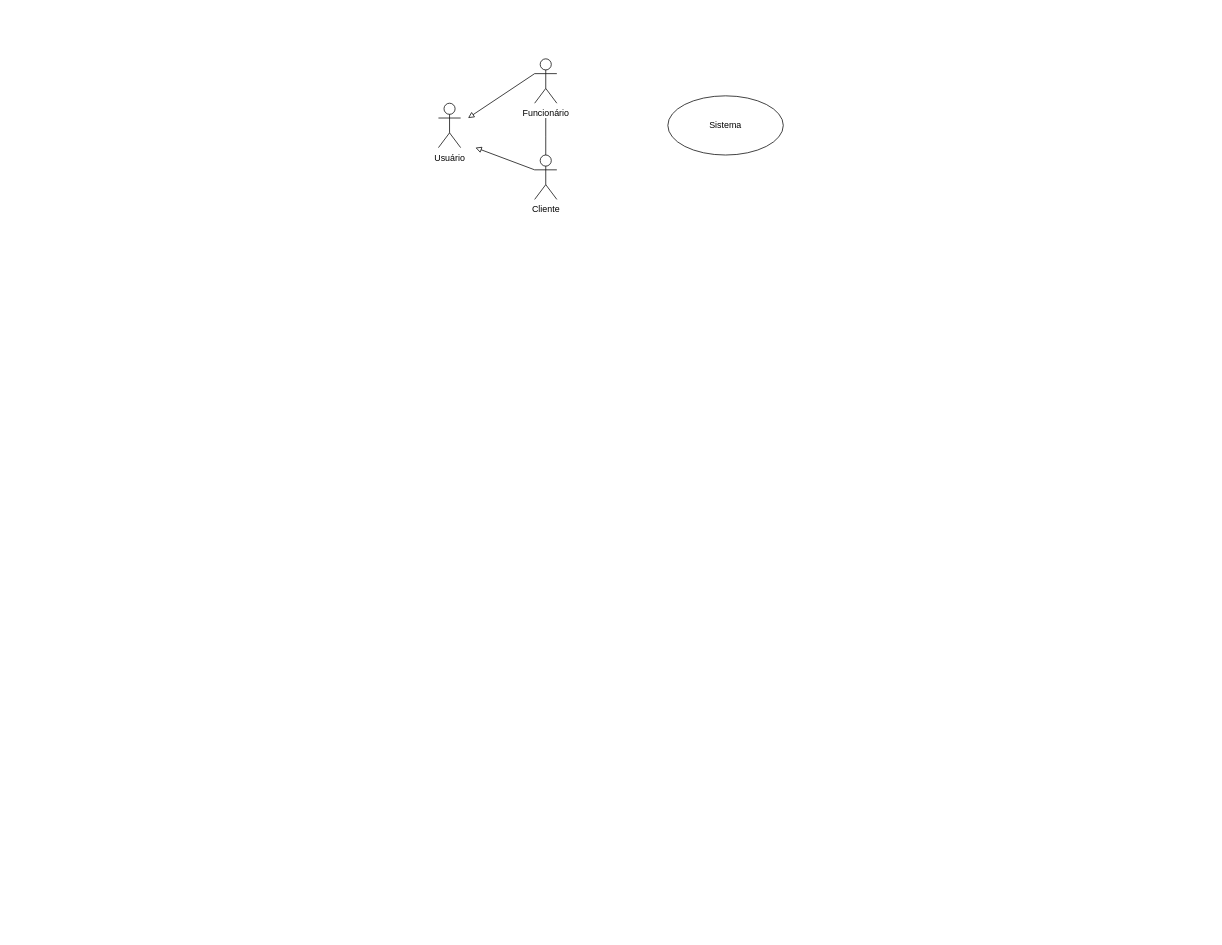
Above: Untitled Diagram.drawio in Caiuu3/Supermercadoteste (draw.io), before the change. Source tidied: cells renumbered, new cells numbered last; positions are measured from the earlier drawing's top-left corner, leaving out a move shared by most shapes. Both pictures are drawn from the tidied source at 74%, with x=0, y=0 at pixel (438, 58).
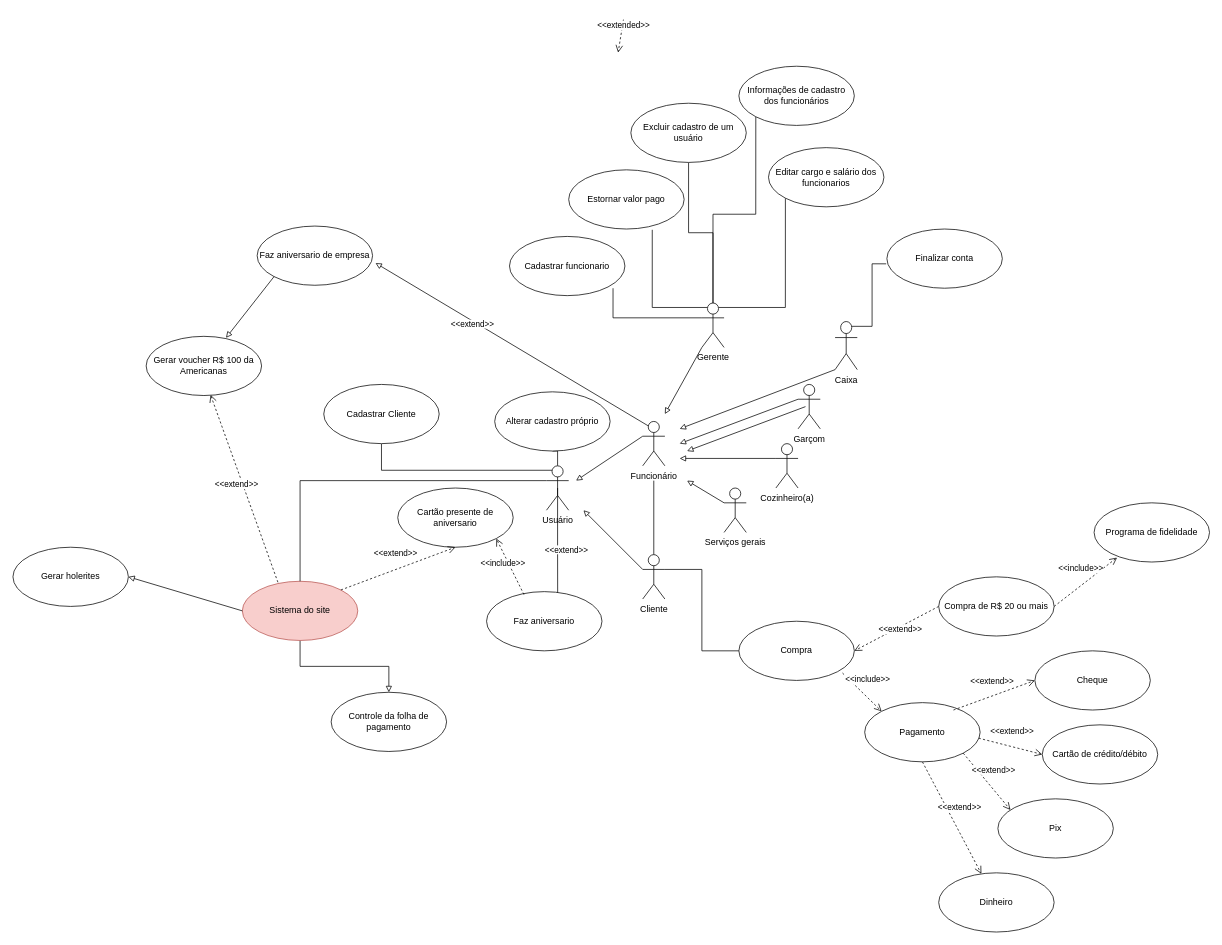
The same page after the edit.

The edit, as a diff of the source:
```diff
@@
+    <mxCell id="9" style="edgeStyle=orthogonalEdgeStyle;rounded=0;jettySize=auto;html=1;exitX=0.5;exitY=1;exitDx=0;exitDy=0;entryX=0.5;entryY=0;entryDx=0;entryDy=0;endArrow=block;endFill=0;" parent="1" edge="1" source="2" target="53">
+      <mxGeometry relative="1" as="geometry" />
+    </mxCell>
-    <mxCell id="2" value="Sistema" style="ellipse;whiteSpace=wrap;html=1;" parent="1" vertex="1">
-      <mxGeometry x="310" y="50" width="156" height="80" as="geometry" />
+    <mxCell id="2" value="Sistema do site" style="ellipse;whiteSpace=wrap;html=1;fillColor=#f8cecc;strokeColor=#b85450;" parent="1" vertex="1">
+      <mxGeometry x="-265" y="706" width="156" height="80" as="geometry" />
     </mxCell>
     <mxCell id="3" value="Funcionário" style="shape=umlActor;verticalLabelPosition=bottom;verticalAlign=top;html=1;outlineConnect=0;" parent="1" vertex="1">
-      <mxGeometry x="130" width="30" height="60" as="geometry" />
+      <mxGeometry x="276" y="490" width="30" height="60" as="geometry" />
     </mxCell>
     <mxCell id="4" style="edgeStyle=orthogonalEdgeStyle;rounded=0;jumpSize=11;jettySize=auto;html=1;exitX=0.5;exitY=0;exitDx=0;exitDy=0;exitPerimeter=0;fontSize=15;startArrow=none;startFill=0;endArrow=none;endFill=0;startSize=13;" parent="1" edge="1" source="5">
       <mxGeometry relative="1" as="geometry">
-        <mxPoint x="145" y="80" as="targetPoint" />
+        <mxPoint x="291" y="570" as="targetPoint" />
       </mxGeometry>
     </mxCell>
+    <mxCell id="10" style="edgeStyle=orthogonalEdgeStyle;rounded=0;jettySize=auto;html=1;exitX=1;exitY=0.3333333333333333;exitDx=0;exitDy=0;exitPerimeter=0;entryX=0;entryY=0.5;entryDx=0;entryDy=0;endArrow=none;endFill=0;" parent="1" edge="1" source="5" target="33">
+      <mxGeometry relative="1" as="geometry" />
+    </mxCell>
     <mxCell id="5" value="Cliente" style="shape=umlActor;verticalLabelPosition=bottom;verticalAlign=top;html=1;outlineConnect=0;" parent="1" vertex="1">
-      <mxGeometry x="130" y="130" width="30" height="60" as="geometry" />
+      <mxGeometry x="276" y="670" width="30" height="60" as="geometry" />
     </mxCell>
+    <mxCell id="11" style="edgeStyle=orthogonalEdgeStyle;rounded=0;jettySize=auto;html=1;exitX=0.25;exitY=0.1;exitDx=0;exitDy=0;exitPerimeter=0;entryX=0.5;entryY=1;entryDx=0;entryDy=0;endArrow=none;endFill=0;" parent="1" edge="1" source="6" target="16">
+      <mxGeometry relative="1" as="geometry" />
+    </mxCell>
+    <mxCell id="12" style="edgeStyle=orthogonalEdgeStyle;rounded=0;jettySize=auto;html=1;exitX=0;exitY=0.3333333333333333;exitDx=0;exitDy=0;exitPerimeter=0;entryX=0.5;entryY=0;entryDx=0;entryDy=0;endArrow=none;endFill=0;" parent="1" edge="1" source="6" target="2">
+      <mxGeometry relative="1" as="geometry" />
+    </mxCell>
+    <mxCell id="13" style="edgeStyle=orthogonalEdgeStyle;rounded=0;jettySize=auto;html=1;exitX=0.5;exitY=0;exitDx=0;exitDy=0;exitPerimeter=0;endArrow=none;endFill=0;" parent="1" edge="1" source="6" target="57">
+      <mxGeometry relative="1" as="geometry" />
+    </mxCell>
+    <mxCell id="14" style="edgeStyle=orthogonalEdgeStyle;rounded=0;jettySize=auto;html=1;exitX=0.5;exitY=0.5;exitDx=0;exitDy=0;exitPerimeter=0;entryX=0.616;entryY=0.075;entryDx=0;entryDy=0;entryPerimeter=0;endArrow=none;endFill=0;" parent="1" edge="1" source="6" target="60">
+      <mxGeometry relative="1" as="geometry" />
+    </mxCell>
     <mxCell id="6" value="Usuário" style="shape=umlActor;verticalLabelPosition=bottom;verticalAlign=top;html=1;outlineConnect=0;" parent="1" vertex="1">
-      <mxGeometry y="60" width="30" height="60" as="geometry" />
+      <mxGeometry x="146" y="550" width="30" height="60" as="geometry" />
     </mxCell>
     <mxCell id="7" style="endArrow=block;html=1;fontSize=15;startSize=13;exitX=0;exitY=0.3333333333333333;exitDx=0;exitDy=0;exitPerimeter=0;endFill=0;" parent="1" edge="1" source="3">
       <mxGeometry relative="1" as="geometry">
-        <mxPoint x="40" y="80" as="targetPoint" />
+        <mxPoint x="186" y="570" as="targetPoint" />
       </mxGeometry>
     </mxCell>
     <mxCell id="8" style="endArrow=block;html=1;fontSize=15;startSize=13;endFill=0;exitX=0;exitY=0.3333333333333333;exitDx=0;exitDy=0;exitPerimeter=0;" parent="1" edge="1" source="5">
       <mxGeometry relative="1" as="geometry">
-        <mxPoint x="50" y="120" as="targetPoint" />
+        <mxPoint x="196" y="610" as="targetPoint" />
       </mxGeometry>
     </mxCell>
+    <mxCell id="15" value="&amp;lt;&amp;lt;extended&amp;gt;&amp;gt;" style="html=1;verticalAlign=bottom;endArrow=open;dashed=1;endSize=8;exitX=0.397;exitY=1;exitDx=0;exitDy=0;exitPerimeter=0;entryX=0;entryY=0;entryDx=0;entryDy=0;" parent="1" edge="1">
+      <mxGeometry x="-0.23" y="3" relative="1" as="geometry">
+        <mxPoint x="250" y="-53" as="sourcePoint" />
+        <mxPoint x="242.8" y="-8.3" as="targetPoint" />
+      </mxGeometry>
+    </mxCell>
+    <mxCell id="16" value="Cadastrar Cliente" style="ellipse;whiteSpace=wrap;html=1;" parent="1" vertex="1">
+      <mxGeometry x="-155" y="440" width="156" height="80" as="geometry" />
+    </mxCell>
+    <mxCell id="17" style="edgeStyle=orthogonalEdgeStyle;rounded=0;jettySize=auto;html=1;exitX=0;exitY=0.3333333333333333;exitDx=0;exitDy=0;exitPerimeter=0;entryX=0.897;entryY=0.875;entryDx=0;entryDy=0;entryPerimeter=0;endArrow=none;endFill=0;" parent="1" edge="1" source="22" target="38">
+      <mxGeometry relative="1" as="geometry" />
+    </mxCell>
+    <mxCell id="18" style="edgeStyle=orthogonalEdgeStyle;rounded=0;jettySize=auto;html=1;exitX=0.25;exitY=0.1;exitDx=0;exitDy=0;exitPerimeter=0;entryX=0.724;entryY=1.013;entryDx=0;entryDy=0;entryPerimeter=0;endArrow=none;endFill=0;" parent="1" edge="1" source="22" target="51">
+      <mxGeometry relative="1" as="geometry" />
+    </mxCell>
+    <mxCell id="19" style="edgeStyle=orthogonalEdgeStyle;rounded=0;jettySize=auto;html=1;exitX=0.5;exitY=0;exitDx=0;exitDy=0;exitPerimeter=0;entryX=0.5;entryY=1;entryDx=0;entryDy=0;endArrow=none;endFill=0;" parent="1" edge="1" source="22" target="52">
+      <mxGeometry relative="1" as="geometry" />
+    </mxCell>
+    <mxCell id="20" style="edgeStyle=orthogonalEdgeStyle;rounded=0;jettySize=auto;html=1;exitX=0.5;exitY=0;exitDx=0;exitDy=0;exitPerimeter=0;entryX=0;entryY=1;entryDx=0;entryDy=0;endArrow=none;endFill=0;" parent="1" edge="1" source="22" target="55">
+      <mxGeometry relative="1" as="geometry" />
+    </mxCell>
+    <mxCell id="21" style="edgeStyle=orthogonalEdgeStyle;rounded=0;jettySize=auto;html=1;exitX=0.75;exitY=0.1;exitDx=0;exitDy=0;exitPerimeter=0;entryX=0;entryY=1;entryDx=0;entryDy=0;endArrow=none;endFill=0;" parent="1" edge="1" source="22" target="56">
+      <mxGeometry relative="1" as="geometry" />
+    </mxCell>
+    <mxCell id="22" value="Gerente&lt;br&gt;" style="shape=umlActor;verticalLabelPosition=bottom;verticalAlign=top;html=1;outlineConnect=0;" parent="1" vertex="1">
+      <mxGeometry x="356" y="330" width="30" height="60" as="geometry" />
+    </mxCell>
+    <mxCell id="23" style="edgeStyle=orthogonalEdgeStyle;rounded=0;jettySize=auto;html=1;exitX=0.75;exitY=0.1;exitDx=0;exitDy=0;exitPerimeter=0;entryX=-0.006;entryY=0.588;entryDx=0;entryDy=0;entryPerimeter=0;endArrow=none;endFill=0;" parent="1" edge="1" source="24" target="39">
+      <mxGeometry relative="1" as="geometry" />
+    </mxCell>
+    <mxCell id="24" value="Caixa" style="shape=umlActor;verticalLabelPosition=bottom;verticalAlign=top;html=1;outlineConnect=0;" parent="1" vertex="1">
+      <mxGeometry x="536" y="355" width="30" height="65" as="geometry" />
+    </mxCell>
+    <mxCell id="25" value="Garçom&lt;br&gt;" style="shape=umlActor;verticalLabelPosition=bottom;verticalAlign=top;html=1;outlineConnect=0;" parent="1" vertex="1">
+      <mxGeometry x="486" y="440" width="30" height="60" as="geometry" />
+    </mxCell>
+    <mxCell id="26" value="Cozinheiro(a)" style="shape=umlActor;verticalLabelPosition=bottom;verticalAlign=top;html=1;outlineConnect=0;" parent="1" vertex="1">
+      <mxGeometry x="456" y="520" width="30" height="60" as="geometry" />
+    </mxCell>
+    <mxCell id="27" value="Serviços gerais&lt;br&gt;" style="shape=umlActor;verticalLabelPosition=bottom;verticalAlign=top;html=1;outlineConnect=0;" parent="1" vertex="1">
+      <mxGeometry x="386" y="580" width="30" height="60" as="geometry" />
+    </mxCell>
+    <mxCell id="28" style="endArrow=block;html=1;fontSize=15;startSize=13;exitX=0;exitY=1;exitDx=0;exitDy=0;exitPerimeter=0;endFill=0;" parent="1" edge="1" source="22">
+      <mxGeometry relative="1" as="geometry">
+        <mxPoint x="306" y="480" as="targetPoint" />
+      </mxGeometry>
+    </mxCell>
+    <mxCell id="29" style="endArrow=block;html=1;fontSize=15;startSize=13;exitX=0;exitY=1;exitDx=0;exitDy=0;exitPerimeter=0;endFill=0;" parent="1" edge="1" source="24">
+      <mxGeometry relative="1" as="geometry">
+        <mxPoint x="326" y="500" as="targetPoint" />
+      </mxGeometry>
+    </mxCell>
+    <mxCell id="30" style="endArrow=block;html=1;fontSize=15;startSize=13;exitX=0;exitY=0.3333333333333333;exitDx=0;exitDy=0;exitPerimeter=0;endFill=0;" parent="1" edge="1" source="25">
+      <mxGeometry relative="1" as="geometry">
+        <mxPoint x="326" y="520" as="targetPoint" />
+      </mxGeometry>
+    </mxCell>
+    <mxCell id="31" style="endArrow=block;html=1;fontSize=15;startSize=13;exitX=0;exitY=0.3333333333333333;exitDx=0;exitDy=0;exitPerimeter=0;endFill=0;" parent="1" edge="1" source="26">
+      <mxGeometry relative="1" as="geometry">
+        <mxPoint x="326" y="540" as="targetPoint" />
+      </mxGeometry>
+    </mxCell>
+    <mxCell id="32" style="endArrow=block;html=1;fontSize=15;startSize=13;exitX=0;exitY=0.3333333333333333;exitDx=0;exitDy=0;exitPerimeter=0;endFill=0;" parent="1" edge="1" source="27">
+      <mxGeometry relative="1" as="geometry">
+        <mxPoint x="336" y="570" as="targetPoint" />
+      </mxGeometry>
+    </mxCell>
+    <mxCell id="33" value="Compra" style="ellipse;whiteSpace=wrap;html=1;" parent="1" vertex="1">
+      <mxGeometry x="406" y="760" width="156" height="80" as="geometry" />
+    </mxCell>
+    <mxCell id="34" value="&amp;lt;&amp;lt;extend&amp;gt;&amp;gt;" style="html=1;verticalAlign=bottom;endArrow=open;dashed=1;endSize=8;exitX=0;exitY=0.5;exitDx=0;exitDy=0;entryX=1;entryY=0.5;entryDx=0;entryDy=0;" parent="1" edge="1" source="36" target="33">
+      <mxGeometry y="11" relative="1" as="geometry" />
+    </mxCell>
+    <mxCell id="35" value="Programa de fidelidade" style="ellipse;whiteSpace=wrap;html=1;" parent="1" vertex="1">
+      <mxGeometry x="886" y="600" width="156" height="80" as="geometry" />
+    </mxCell>
+    <mxCell id="36" value="Compra de R$ 20 ou mais" style="ellipse;whiteSpace=wrap;html=1;" parent="1" vertex="1">
+      <mxGeometry x="676" y="700" width="156" height="80" as="geometry" />
+    </mxCell>
+    <mxCell id="37" value="&amp;lt;&amp;lt;include&amp;gt;&amp;gt;" style="html=1;verticalAlign=bottom;endArrow=open;dashed=1;endSize=8;exitX=1;exitY=0.5;exitDx=0;exitDy=0;entryX=0.199;entryY=0.925;entryDx=0;entryDy=0;entryPerimeter=0;" parent="1" edge="1" source="36" target="35">
+      <mxGeometry y="11" relative="1" as="geometry" />
+    </mxCell>
+    <mxCell id="38" value="Cadastrar funcionario" style="ellipse;whiteSpace=wrap;html=1;" parent="1" vertex="1">
+      <mxGeometry x="96" y="240" width="156" height="80" as="geometry" />
+    </mxCell>
+    <mxCell id="39" value="Finalizar conta" style="ellipse;whiteSpace=wrap;html=1;" parent="1" vertex="1">
+      <mxGeometry x="606" y="230" width="156" height="80" as="geometry" />
+    </mxCell>
+    <mxCell id="40" value="Pagamento" style="ellipse;whiteSpace=wrap;html=1;" parent="1" vertex="1">
+      <mxGeometry x="576" y="870" width="156" height="80" as="geometry" />
+    </mxCell>
+    <mxCell id="41" style="endArrow=block;html=1;fontSize=15;startSize=13;exitX=0;exitY=0.3333333333333333;exitDx=0;exitDy=0;exitPerimeter=0;endFill=0;" parent="1" edge="1">
+      <mxGeometry relative="1" as="geometry">
+        <mxPoint x="496" y="470" as="sourcePoint" />
+        <mxPoint x="336" y="530" as="targetPoint" />
+      </mxGeometry>
+    </mxCell>
+    <mxCell id="42" value="&amp;lt;&amp;lt;include&amp;gt;&amp;gt;" style="html=1;verticalAlign=bottom;endArrow=open;dashed=1;endSize=8;entryX=0;entryY=0;entryDx=0;entryDy=0;" parent="1" edge="1" target="40">
+      <mxGeometry y="11" relative="1" as="geometry">
+        <mxPoint x="546" y="830" as="sourcePoint" />
+      </mxGeometry>
+    </mxCell>
+    <mxCell id="43" value="Cheque" style="ellipse;whiteSpace=wrap;html=1;" parent="1" vertex="1">
+      <mxGeometry x="806" y="800" width="156" height="80" as="geometry" />
+    </mxCell>
+    <mxCell id="44" value="&amp;lt;&amp;lt;extend&amp;gt;&amp;gt;" style="html=1;verticalAlign=bottom;endArrow=open;dashed=1;endSize=8;exitX=0.769;exitY=0.125;exitDx=0;exitDy=0;entryX=0;entryY=0.5;entryDx=0;entryDy=0;exitPerimeter=0;" parent="1" edge="1" source="40" target="43">
+      <mxGeometry y="11" relative="1" as="geometry" />
+    </mxCell>
+    <mxCell id="45" value="Cartão de crédito/débito" style="ellipse;whiteSpace=wrap;html=1;" parent="1" vertex="1">
+      <mxGeometry x="816" y="900" width="156" height="80" as="geometry" />
+    </mxCell>
+    <mxCell id="46" value="&amp;lt;&amp;lt;extend&amp;gt;&amp;gt;" style="html=1;verticalAlign=bottom;endArrow=open;dashed=1;endSize=8;exitX=0.987;exitY=0.6;exitDx=0;exitDy=0;entryX=0;entryY=0.5;entryDx=0;entryDy=0;exitPerimeter=0;" parent="1" edge="1" source="40" target="45">
+      <mxGeometry y="11" relative="1" as="geometry" />
+    </mxCell>
+    <mxCell id="47" value="Pix" style="ellipse;whiteSpace=wrap;html=1;" parent="1" vertex="1">
+      <mxGeometry x="756" y="1000" width="156" height="80" as="geometry" />
+    </mxCell>
+    <mxCell id="48" value="Dinheiro" style="ellipse;whiteSpace=wrap;html=1;" parent="1" vertex="1">
+      <mxGeometry x="676" y="1100" width="156" height="80" as="geometry" />
+    </mxCell>
+    <mxCell id="49" value="&amp;lt;&amp;lt;extend&amp;gt;&amp;gt;" style="html=1;verticalAlign=bottom;endArrow=open;dashed=1;endSize=8;exitX=1;exitY=1;exitDx=0;exitDy=0;entryX=0.109;entryY=0.188;entryDx=0;entryDy=0;entryPerimeter=0;" parent="1" edge="1" source="40" target="47">
+      <mxGeometry y="11" relative="1" as="geometry" />
+    </mxCell>
+    <mxCell id="50" value="&amp;lt;&amp;lt;extend&amp;gt;&amp;gt;" style="html=1;verticalAlign=bottom;endArrow=open;dashed=1;endSize=8;exitX=0.5;exitY=1;exitDx=0;exitDy=0;" parent="1" edge="1" source="40" target="48">
+      <mxGeometry y="11" relative="1" as="geometry" />
+    </mxCell>
+    <mxCell id="51" value="Estornar valor pago" style="ellipse;whiteSpace=wrap;html=1;" parent="1" vertex="1">
+      <mxGeometry x="176" y="150" width="156" height="80" as="geometry" />
+    </mxCell>
+    <mxCell id="52" value="Excluir cadastro de um usuário" style="ellipse;whiteSpace=wrap;html=1;" parent="1" vertex="1">
+      <mxGeometry x="260" y="60" width="156" height="80" as="geometry" />
+    </mxCell>
+    <mxCell id="53" value="Controle da folha de pagamento" style="ellipse;whiteSpace=wrap;html=1;" parent="1" vertex="1">
+      <mxGeometry x="-145" y="856" width="156" height="80" as="geometry" />
+    </mxCell>
+    <mxCell id="54" value="Gerar holerites" style="ellipse;whiteSpace=wrap;html=1;" parent="1" vertex="1">
+      <mxGeometry x="-575" y="660" width="156" height="80" as="geometry" />
+    </mxCell>
+    <mxCell id="55" value="Informações de cadastro dos funcionários" style="ellipse;whiteSpace=wrap;html=1;" parent="1" vertex="1">
+      <mxGeometry x="406" y="10" width="156" height="80" as="geometry" />
+    </mxCell>
+    <mxCell id="56" value="Editar cargo e salário dos funcionarios" style="ellipse;whiteSpace=wrap;html=1;" parent="1" vertex="1">
+      <mxGeometry x="446" y="120" width="156" height="80" as="geometry" />
+    </mxCell>
+    <mxCell id="57" value="Alterar cadastro próprio" style="ellipse;whiteSpace=wrap;html=1;" parent="1" vertex="1">
+      <mxGeometry x="76" y="450" width="156" height="80" as="geometry" />
+    </mxCell>
+    <mxCell id="58" style="endArrow=block;html=1;fontSize=15;startSize=13;exitX=0;exitY=0.5;exitDx=0;exitDy=0;endFill=0;entryX=1;entryY=0.5;entryDx=0;entryDy=0;" parent="1" edge="1" source="2" target="54">
+      <mxGeometry relative="1" as="geometry" />
+    </mxCell>
+    <mxCell id="59" value="Cartão presente de aniversario" style="ellipse;whiteSpace=wrap;html=1;" parent="1" vertex="1">
+      <mxGeometry x="-55" y="580" width="156" height="80" as="geometry" />
+    </mxCell>
+    <mxCell id="60" value="Faz aniversario" style="ellipse;whiteSpace=wrap;html=1;" parent="1" vertex="1">
+      <mxGeometry x="65" y="720" width="156" height="80" as="geometry" />
+    </mxCell>
+    <mxCell id="61" value="&amp;lt;&amp;lt;include&amp;gt;&amp;gt;" style="html=1;verticalAlign=bottom;endArrow=open;dashed=1;endSize=8;entryX=1;entryY=1;entryDx=0;entryDy=0;exitX=0.324;exitY=0.05;exitDx=0;exitDy=0;exitPerimeter=0;" parent="1" edge="1" source="60" target="59">
+      <mxGeometry y="11" relative="1" as="geometry" />
+    </mxCell>
+    <mxCell id="62" value="&amp;lt;&amp;lt;extend&amp;gt;&amp;gt;" style="html=1;verticalAlign=bottom;endArrow=open;dashed=1;endSize=8;entryX=0.5;entryY=1;entryDx=0;entryDy=0;exitX=1;exitY=0;exitDx=0;exitDy=0;" parent="1" edge="1" source="2" target="59">
+      <mxGeometry y="11" relative="1" as="geometry" />
+    </mxCell>
+    <mxCell id="63" value="Faz aniversario de empresa" style="ellipse;whiteSpace=wrap;html=1;" parent="1" vertex="1">
+      <mxGeometry x="-245" y="226" width="156" height="80" as="geometry" />
+    </mxCell>
+    <mxCell id="64" style="endArrow=block;html=1;fontSize=15;startSize=13;exitX=0.25;exitY=0.1;exitDx=0;exitDy=0;exitPerimeter=0;endFill=0;" parent="1" edge="1" source="3">
+      <mxGeometry relative="1" as="geometry">
+        <mxPoint x="-85" y="276" as="targetPoint" />
+      </mxGeometry>
+    </mxCell>
+    <mxCell id="65" value="&lt;span style=&quot;color: rgb(0 , 0 , 0) ; font-family: &amp;#34;helvetica&amp;#34; ; font-size: 11px ; font-style: normal ; font-weight: 400 ; letter-spacing: normal ; text-align: center ; text-indent: 0px ; text-transform: none ; word-spacing: 0px ; background-color: rgb(255 , 255 , 255) ; display: inline ; float: none&quot;&gt;&amp;lt;&amp;lt;extend&amp;gt;&amp;gt;&lt;/span&gt;" style="text;whiteSpace=wrap;html=1;" parent="1" vertex="1">
+      <mxGeometry x="142" y="650" width="90" height="30" as="geometry" />
+    </mxCell>
+    <mxCell id="66" value="&lt;span style=&quot;color: rgb(0 , 0 , 0) ; font-family: &amp;#34;helvetica&amp;#34; ; font-size: 11px ; font-style: normal ; font-weight: 400 ; letter-spacing: normal ; text-align: center ; text-indent: 0px ; text-transform: none ; word-spacing: 0px ; background-color: rgb(255 , 255 , 255) ; display: inline ; float: none&quot;&gt;&amp;lt;&amp;lt;extend&amp;gt;&amp;gt;&lt;br&gt;&lt;br&gt;&lt;/span&gt;" style="text;whiteSpace=wrap;html=1;" parent="1" vertex="1">
+      <mxGeometry x="15" y="345" width="90" height="30" as="geometry" />
+    </mxCell>
+    <mxCell id="67" value="&amp;lt;&amp;lt;extend&amp;gt;&amp;gt;" style="html=1;verticalAlign=bottom;endArrow=open;dashed=1;endSize=8;exitX=0.308;exitY=0.017;exitDx=0;exitDy=0;exitPerimeter=0;entryX=0.558;entryY=0.988;entryDx=0;entryDy=0;entryPerimeter=0;" parent="1" edge="1" source="2" target="68">
+      <mxGeometry y="11" relative="1" as="geometry" />
+    </mxCell>
+    <mxCell id="68" value="Gerar voucher R$ 100 da Americanas" style="ellipse;whiteSpace=wrap;html=1;" parent="1" vertex="1">
+      <mxGeometry x="-395" y="375" width="156" height="80" as="geometry" />
+    </mxCell>
+    <mxCell id="69" style="endArrow=block;html=1;fontSize=15;startSize=13;exitX=0;exitY=1;exitDx=0;exitDy=0;endFill=0;entryX=0.692;entryY=0.025;entryDx=0;entryDy=0;entryPerimeter=0;" parent="1" edge="1" source="63" target="68">
+      <mxGeometry relative="1" as="geometry" />
+    </mxCell>
```
